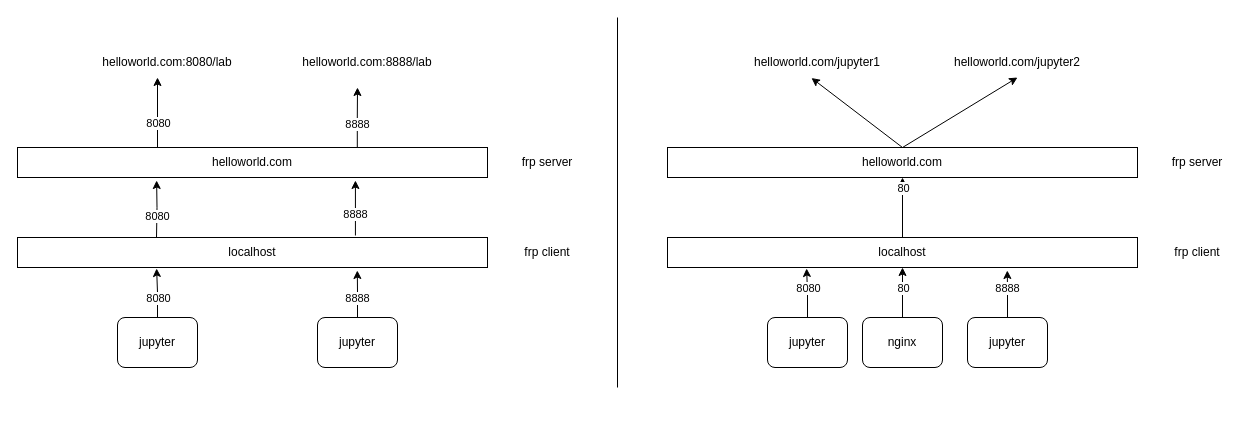
catwang01/Pictures keeps this draw.io diagram as frp-nginx.drawio. Above is the earlier version. Source tidied: cells renumbered, new cells numbered last; positions are measured from the earlier drawing's top-left corner, leaving out a move shared by most shapes. Both pictures are drawn from the tidied source at 100%, with x=0, y=0 at pixel (17, 17).
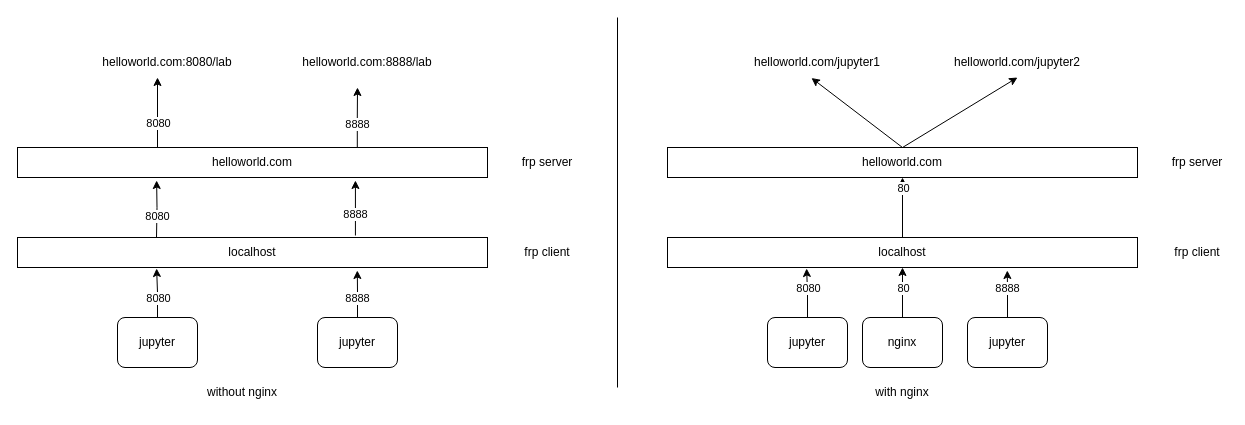
Above is the later version.

Change to the diagram source:
```diff
@@
+    <mxCell id="44" value="without nginx" style="text;html=1;strokeColor=none;fillColor=none;align=center;verticalAlign=middle;whiteSpace=wrap;rounded=0;" parent="1" vertex="1">
+      <mxGeometry x="170" y="360" width="110" height="30" as="geometry" />
+    </mxCell>
+    <mxCell id="45" value="with nginx" style="text;html=1;strokeColor=none;fillColor=none;align=center;verticalAlign=middle;whiteSpace=wrap;rounded=0;" parent="1" vertex="1">
+      <mxGeometry x="830" y="360" width="110" height="30" as="geometry" />
+    </mxCell>
```
